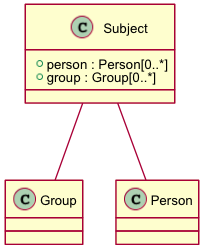
The PlantUML diagram source/apis/images/class_subject.png in datadavev/DataONE_architecture, before a commit. The source it was exported from:
```plantuml
@startuml images/class_subject.png
skinparam activityFontColor black
skinparam activityFontSize 10
skinparam activityFontName arial
skinparam activityArrowFontColor black
skinparam activityArrowFontSize 10
skinparam activityArrowFontName arial
skinparam classArrowFontColor black
skinparam classArrowFontSize 10
skinparam classArrowFontName arial
skinparam classAttributeFontColor black
skinparam classAttributeFontSize 10
skinparam classAttributeFontName arial
skinparam classFontColor black
skinparam classFontSize 10
skinparam classFontName arial
skinparam componentFontColor black
skinparam componentFontSize 10
skinparam componentFontName arial
skinparam componentArrowFontColor black
skinparam componentArrowFontSize 10
skinparam componentArrowFontName arial
skinparam noteFontColor black
skinparam noteFontSize 10
skinparam noteFontName arial
skinparam packageFontColor black
skinparam packageFontSize 10
skinparam packageFontName arial
skinparam sequenceActorFontColor black
skinparam sequenceActorFontSize 10
skinparam sequenceActorFontName arial
skinparam sequenceArrowFontColor black
skinparam sequenceArrowFontSize 10
skinparam sequenceArrowFontName arial
skinparam sequenceGroupingFontColor black
skinparam sequenceGroupingFontSize 10
skinparam sequenceGroupingFontName arial
skinparam sequenceGroupingHeaderFontColor black
skinparam sequenceGroupingHeaderFontSize 10
skinparam sequenceGroupingHeaderFontName arial
skinparam sequenceParticipantFontColor black
skinparam sequenceParticipantFontSize 10
skinparam sequenceParticipantFontName arial
skinparam sequenceTitleFontColor black
skinparam sequenceTitleFontSize 10
skinparam sequenceTitleFontName arial
skinparam titleFontColor black
skinparam titleFontSize 10
skinparam titleFontName arial
skinparam usecaseFontColor black
skinparam usecaseFontSize 7
skinparam usecaseFontName arial
skinparam usecaseActorFontColor black
skinparam usecaseActorFontSize 7
skinparam usecaseActorFontName arial
skinparam usecaseArrowFontColor black
skinparam usecaseArrowFontSize 7
skinparam usecaseArrowFontName arial
class Subject {
  + person : Person[0..*]
  + group : Group[0..*]
}
Subject -- Person
Subject -- Group
@enduml
```
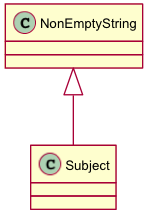
The same file after the commit.

Diff of the diagram source:
```diff
@@ -56,10 +56,5 @@
 skinparam usecaseArrowFontColor black
 skinparam usecaseArrowFontSize 7
 skinparam usecaseArrowFontName arial
-class Subject {
-  + person : Person[0..*]
-  + group : Group[0..*]
-}
-Subject -- Person
-Subject -- Group
+NonEmptyString <|-- Subject
 @enduml
```
